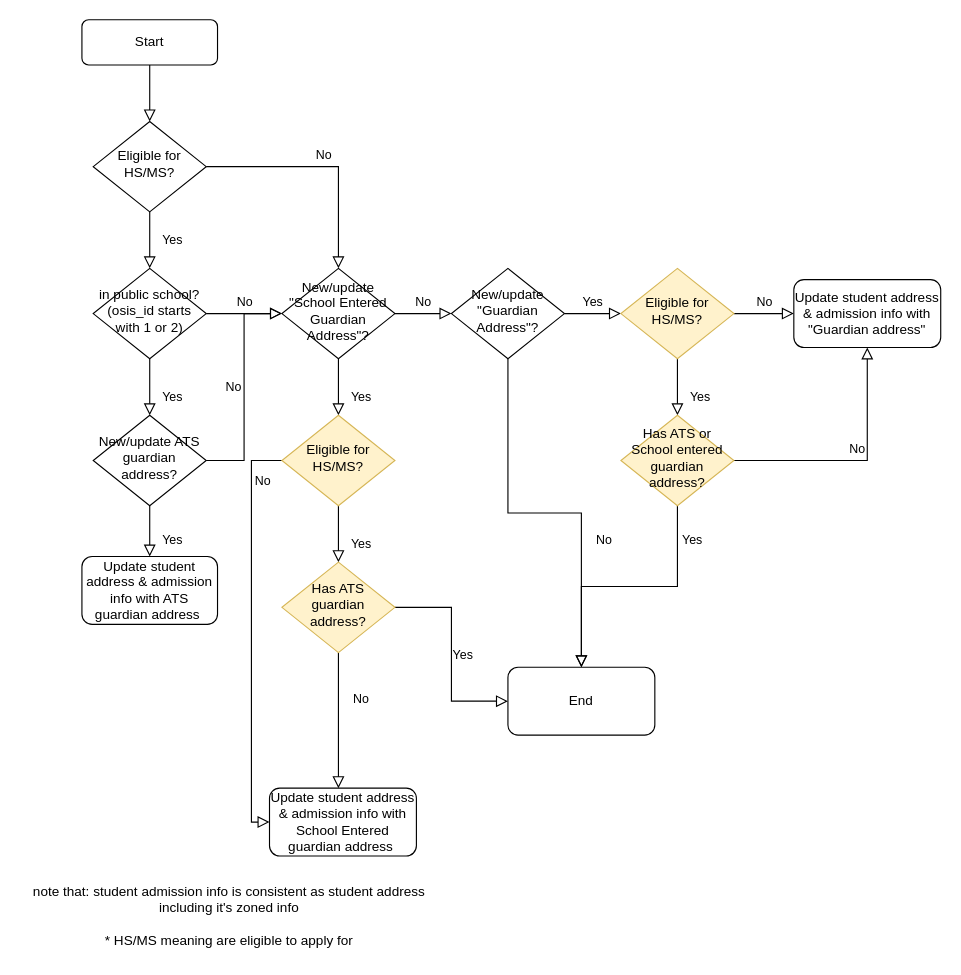
Above: Untitled Diagram.drawio in LunaNYC/hello (draw.io), before the change. Source tidied: cells renumbered, new cells numbered last; positions are measured from the earlier drawing's top-left corner, leaving out a move shared by most shapes. Both pictures are drawn from the tidied source at 113%, with x=0, y=0 at pixel (19, 19).
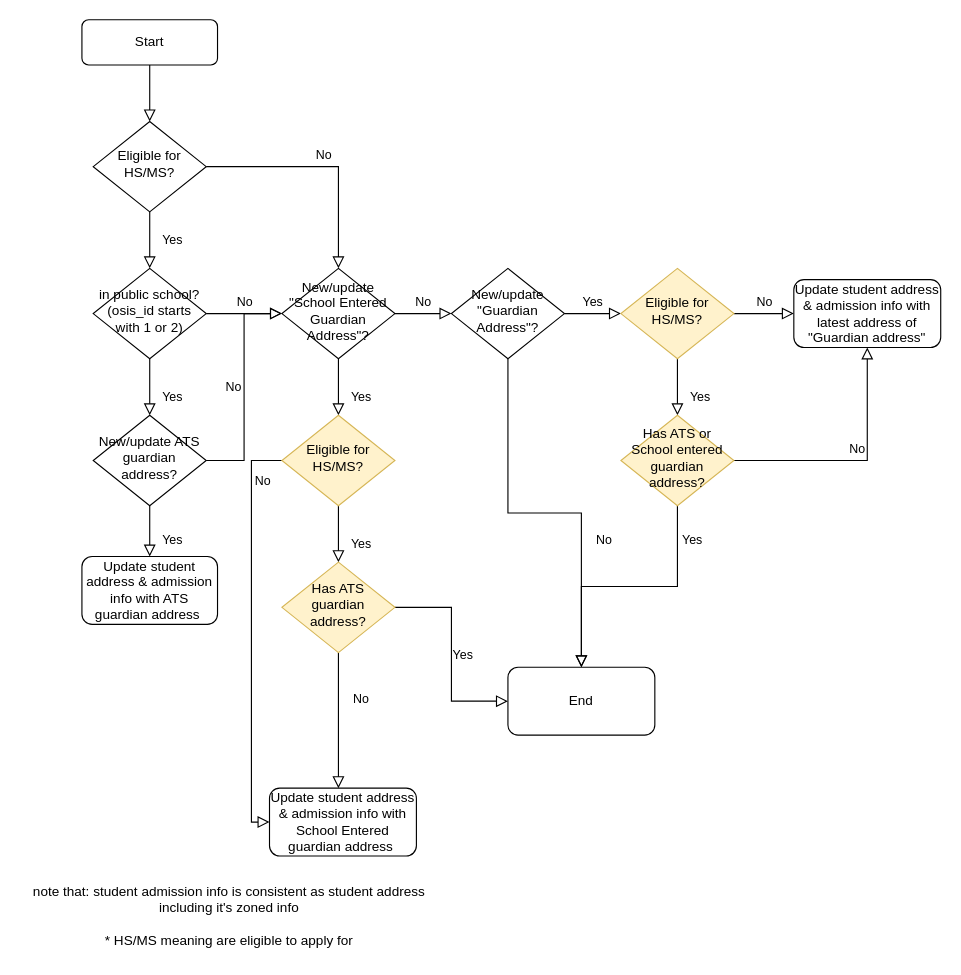
Above is the later version.

Change to the diagram source:
```diff
@@
-    <mxCell id="35" value="Update student address &amp;amp; admission info with &quot;Guardian address&quot;" style="rounded=1;whiteSpace=wrap;html=1;" parent="1" vertex="1">
+    <mxCell id="35" value="Update student address &amp;amp; admission info with latest address of &quot;Guardian address&quot;" style="rounded=1;whiteSpace=wrap;html=1;" parent="1" vertex="1">
       <mxGeometry x="685" y="230" width="130" height="60" as="geometry" />
     </mxCell>
```
